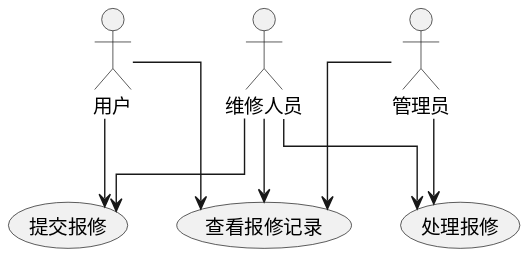
Before: usecase/docs/backend/img/repair.svg, a diagram exported from PlantUML (greenhandzdl/charging-station-doc).
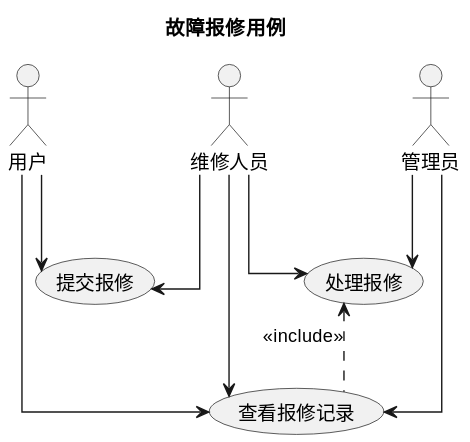
Later version of the same file.

The edit, as a diff of the source:
```diff
@@ -1,4 +1,5 @@
 @startuml
+title 故障报修用例
 skinparam linetype ortho
 
 actor "用户" as U
@@ -16,4 +17,6 @@
 M --> 查看报修记录
 A --> 处理报修
 A --> 查看报修记录
+
+处理报修 <.down. 查看报修记录 : <<include>>
 @enduml
```
